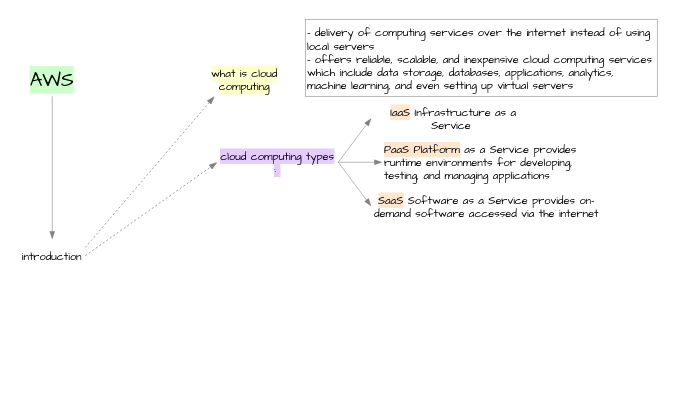
The draw.io diagram [research]AWS.drawio in ptt743/draw, before the edit. Source tidied: cells renumbered, new cells numbered last; positions are measured from the earlier drawing's top-left corner, leaving out a move shared by most shapes. Both pictures are drawn from the tidied source at 110%, with x=0, y=0 at pixel (19, 19).
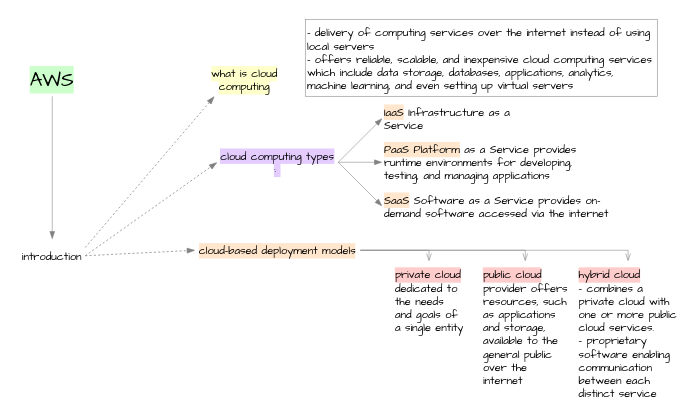
After the change.

Unchanged cells that the change refers to:
```xml
<mxCell id="3" value="&lt;span&gt;introduction&lt;/span&gt;" style="text;html=1;whiteSpace=wrap;strokeColor=none;fillColor=none;align=center;verticalAlign=middle;rounded=0;fontFamily=Comic Sans MS;fontSize=10;" parent="1" vertex="1">
  <mxGeometry y="200" width="60" height="30" as="geometry" />
</mxCell>
```

Diff of the diagram source:
```diff
@@
-    <mxCell id="10" value="&lt;span style=&quot;background-color: rgb(255, 230, 204);&quot;&gt;IaaS&lt;/span&gt;&lt;span&gt;&amp;nbsp;Infrastructure as a Service&amp;nbsp;&lt;/span&gt;" style="text;html=1;whiteSpace=wrap;strokeColor=none;fillColor=none;align=center;verticalAlign=middle;rounded=0;fontFamily=Comic Sans MS;fontSize=10;" parent="1" vertex="1">
-      <mxGeometry x="320" y="80" width="150" height="20" as="geometry" />
+    <mxCell id="10" value="&lt;span style=&quot;background-color: rgb(255, 230, 204);&quot;&gt;IaaS&lt;/span&gt;&lt;span&gt;&amp;nbsp;Infrastructure as a Service&amp;nbsp;&lt;/span&gt;" style="text;html=1;whiteSpace=wrap;strokeColor=none;fillColor=none;align=left;verticalAlign=middle;rounded=0;fontFamily=Comic Sans MS;fontSize=10;" parent="1" vertex="1">
+      <mxGeometry x="330" y="80" width="150" height="20" as="geometry" />
     </mxCell>
@@
-    <mxCell id="13" value="&lt;span style=&quot;background-color: rgb(255, 230, 204);&quot;&gt;SaaS&lt;/span&gt;&lt;span&gt;&amp;nbsp;&lt;/span&gt;&lt;span&gt;S&lt;/span&gt;oftware as a Service provides on-demand software accessed via the internet" style="text;html=1;whiteSpace=wrap;strokeColor=none;fillColor=none;align=center;verticalAlign=middle;rounded=0;fontFamily=Comic Sans MS;fontSize=10;" parent="1" vertex="1">
-      <mxGeometry x="320" y="160" width="210" height="20" as="geometry" />
+    <mxCell id="13" value="&lt;span style=&quot;background-color: rgb(255, 230, 204);&quot;&gt;SaaS&lt;/span&gt;&lt;span&gt;&amp;nbsp;&lt;/span&gt;&lt;span&gt;S&lt;/span&gt;oftware as a Service provides on-demand software accessed via the internet" style="text;html=1;whiteSpace=wrap;strokeColor=none;fillColor=none;align=left;verticalAlign=middle;rounded=0;fontFamily=Comic Sans MS;fontSize=10;" parent="1" vertex="1">
+      <mxGeometry x="330" y="160" width="210" height="20" as="geometry" />
     </mxCell>
@@
+    <mxCell id="16" value="&lt;span style=&quot;background-color: rgb(255, 230, 204);&quot;&gt;cloud-based deployment models&lt;/span&gt;" style="text;html=1;whiteSpace=wrap;strokeColor=none;fillColor=none;align=center;verticalAlign=middle;rounded=0;fontFamily=Comic Sans MS;fontSize=10;" parent="1" vertex="1">
+      <mxGeometry x="160" y="195" width="150" height="30" as="geometry" />
+    </mxCell>
+    <mxCell id="17" style="endArrow=blockThin;html=1;rounded=0;strokeColor=#808080;endFill=1;strokeWidth=0.65;exitX=1;exitY=0.5;exitDx=0;exitDy=0;entryX=0;entryY=0.5;entryDx=0;entryDy=0;dashed=1;" parent="1" edge="1" source="3" target="16">
+      <mxGeometry relative="1" as="geometry" />
+    </mxCell>
+    <mxCell id="18" value="&lt;span&gt;&lt;span style=&quot;background-color: rgb(255, 204, 204);&quot;&gt;private cloud&lt;/span&gt;&lt;span&gt;&lt;br&gt;dedicated to the needs and goals of a single entity&lt;/span&gt;&lt;/span&gt;" style="text;html=1;whiteSpace=wrap;strokeColor=none;fillColor=none;align=left;verticalAlign=top;rounded=0;fontFamily=Comic Sans MS;fontSize=10;" parent="1" vertex="1">
+      <mxGeometry x="340" y="220" width="65" height="120" as="geometry" />
+    </mxCell>
+    <mxCell id="19" value="&lt;span&gt;&lt;span style=&quot;background-color: rgb(255, 204, 204);&quot;&gt;public cloud&lt;/span&gt;&lt;br&gt;&lt;span&gt;provider offers resources, such as applications and storage, available to the general public over the internet&lt;/span&gt;&lt;/span&gt;" style="text;html=1;whiteSpace=wrap;strokeColor=none;fillColor=none;align=left;verticalAlign=top;rounded=0;fontFamily=Comic Sans MS;fontSize=10;" parent="1" vertex="1">
+      <mxGeometry x="420" y="220" width="80" height="120" as="geometry" />
+    </mxCell>
+    <mxCell id="20" value="&lt;span&gt;&lt;span style=&quot;background-color: rgb(255, 204, 204);&quot;&gt;hybrid cloud&lt;/span&gt;&lt;br&gt;&lt;span&gt;- combines a private cloud with one or more public cloud services.&lt;br&gt;-&amp;nbsp;proprietary software enabling communication between each distinct service&lt;/span&gt;&lt;/span&gt;" style="text;html=1;whiteSpace=wrap;strokeColor=none;fillColor=none;align=left;verticalAlign=top;rounded=0;fontFamily=Comic Sans MS;fontSize=10;" parent="1" vertex="1">
+      <mxGeometry x="507" y="220" width="93" height="120" as="geometry" />
+    </mxCell>
+    <mxCell id="21" style="endArrow=openThin;html=1;rounded=0;strokeColor=#808080;endFill=0;strokeWidth=0.5;exitX=1;exitY=0.5;exitDx=0;exitDy=0;entryX=0.5;entryY=0;entryDx=0;entryDy=0;" parent="1" edge="1" source="16" target="18">
+      <mxGeometry relative="1" as="geometry">
+        <Array as="points">
+          <mxPoint x="372.5" y="210" />
+        </Array>
+      </mxGeometry>
+    </mxCell>
+    <mxCell id="22" style="endArrow=openThin;html=1;rounded=0;strokeColor=#808080;endFill=0;strokeWidth=0.5;exitX=1;exitY=0.5;exitDx=0;exitDy=0;entryX=0.5;entryY=0;entryDx=0;entryDy=0;" parent="1" edge="1" source="16" target="19">
+      <mxGeometry relative="1" as="geometry">
+        <Array as="points">
+          <mxPoint x="460" y="210" />
+        </Array>
+      </mxGeometry>
+    </mxCell>
+    <mxCell id="23" style="endArrow=openThin;html=1;rounded=0;strokeColor=#808080;endFill=0;strokeWidth=0.5;exitX=1;exitY=0.5;exitDx=0;exitDy=0;entryX=0.5;entryY=0;entryDx=0;entryDy=0;" parent="1" edge="1" source="16" target="20">
+      <mxGeometry relative="1" as="geometry">
+        <Array as="points">
+          <mxPoint x="553.5" y="210" />
+        </Array>
+      </mxGeometry>
+    </mxCell>
```
